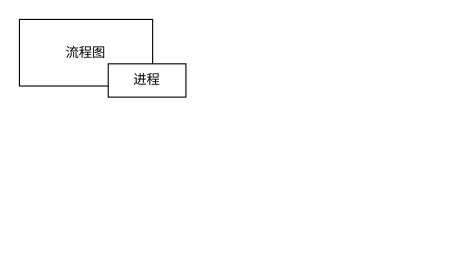
This is 未命名绘图.drawio from baoliangquan/draw, a draw.io file, before an edit. Source tidied: cells renumbered, new cells numbered last; positions are measured from the earlier drawing's top-left corner, leaving out a move shared by most shapes. Both pictures are drawn from the tidied source at 111%, with x=0, y=0 at pixel (19, 19).
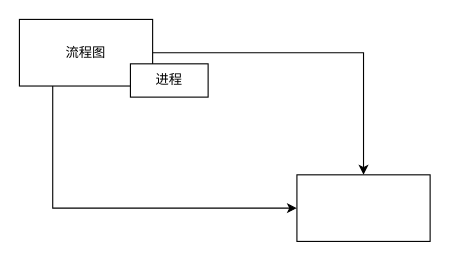
After the change.

Commit message:
更新未命名绘图.drawio

What changed in the source:
```diff
@@
 <mxGraphModel>
   <root>
     <mxCell id="0" />
     <mxCell id="1" parent="0" />
+    <mxCell id="4" style="edgeStyle=orthogonalEdgeStyle;rounded=0;jettySize=auto;html=1;exitX=1;exitY=0.5;exitDx=0;exitDy=0;" parent="1" edge="1" source="2" target="6">
+      <mxGeometry relative="1" as="geometry" />
+    </mxCell>
+    <mxCell id="5" style="edgeStyle=orthogonalEdgeStyle;rounded=0;jettySize=auto;html=1;entryX=0;entryY=0.5;entryDx=0;entryDy=0;exitX=0.25;exitY=1;exitDx=0;exitDy=0;" parent="1" edge="1" source="2" target="6">
+      <mxGeometry relative="1" as="geometry" />
+    </mxCell>
     <mxCell id="2" value="流程图" style="rounded=0;whiteSpace=wrap;html=1;" parent="1" vertex="1">
       <mxGeometry width="120" height="60" as="geometry" />
     </mxCell>
     <mxCell id="3" value="进程" style="rounded=0;whiteSpace=wrap;html=1;" parent="1" vertex="1">
-      <mxGeometry x="80" y="40" width="70" height="30" as="geometry" />
+      <mxGeometry x="100" y="40" width="70" height="30" as="geometry" />
     </mxCell>
+    <mxCell id="6" style="rounded=0;whiteSpace=wrap;html=1;" parent="1" vertex="1">
+      <mxGeometry x="250" y="140" width="120" height="60" as="geometry" />
+    </mxCell>
   </root>
 </mxGraphModel>
```
